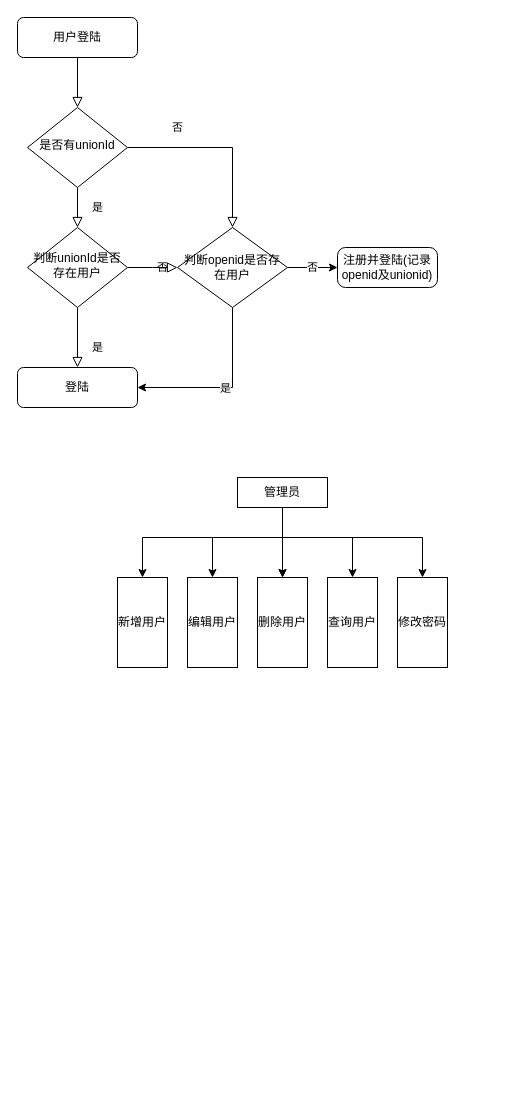
This is Untitled Diagram.drawio from yehanming/free, a draw.io file, before an edit. Source tidied: cells renumbered, new cells numbered last; positions are measured from the earlier drawing's top-left corner, leaving out a move shared by most shapes. Both pictures are drawn from the tidied source at 100%, with x=0, y=0 at pixel (17, 17).
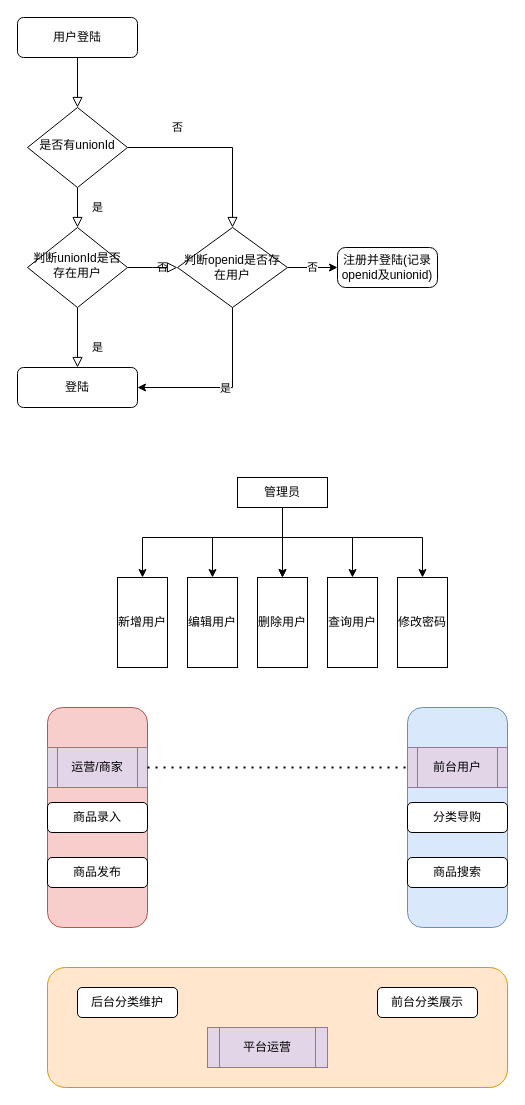
After the change.

Diff of the diagram source:
```diff
@@
+    <mxCell id="29" style="rounded=1;whiteSpace=wrap;html=1;fillColor=#ffe6cc;strokeColor=#d79b00;" parent="1" vertex="1">
+      <mxGeometry x="30" y="950" width="460" height="120" as="geometry" />
+    </mxCell>
+    <mxCell id="30" value="后台分类维护" style="rounded=1;whiteSpace=wrap;html=1;" parent="1" vertex="1">
+      <mxGeometry x="60" y="970" width="100" height="30" as="geometry" />
+    </mxCell>
+    <mxCell id="31" value="前台分类展示" style="rounded=1;whiteSpace=wrap;html=1;" parent="1" vertex="1">
+      <mxGeometry x="360" y="970" width="100" height="30" as="geometry" />
+    </mxCell>
+    <mxCell id="32" value="平台运营" style="shape=process;whiteSpace=wrap;html=1;backgroundOutline=1;fillColor=#e1d5e7;strokeColor=#9673a6;" parent="1" vertex="1">
+      <mxGeometry x="190" y="1010" width="120" height="40" as="geometry" />
+    </mxCell>
+    <mxCell id="33" style="rounded=1;whiteSpace=wrap;html=1;fillColor=#f8cecc;strokeColor=#b85450;" parent="1" vertex="1">
+      <mxGeometry x="30" y="690" width="100" height="220" as="geometry" />
+    </mxCell>
+    <mxCell id="34" value="运营/商家" style="shape=process;whiteSpace=wrap;html=1;backgroundOutline=1;fillColor=#e1d5e7;strokeColor=#9673a6;" parent="1" vertex="1">
+      <mxGeometry x="30" y="730" width="100" height="40" as="geometry" />
+    </mxCell>
+    <mxCell id="35" value="商品录入" style="rounded=1;whiteSpace=wrap;html=1;" parent="1" vertex="1">
+      <mxGeometry x="30" y="785" width="100" height="30" as="geometry" />
+    </mxCell>
+    <mxCell id="36" value="商品发布" style="rounded=1;whiteSpace=wrap;html=1;" parent="1" vertex="1">
+      <mxGeometry x="30" y="840" width="100" height="30" as="geometry" />
+    </mxCell>
+    <mxCell id="37" style="rounded=1;whiteSpace=wrap;html=1;fillColor=#dae8fc;strokeColor=#6c8ebf;" parent="1" vertex="1">
+      <mxGeometry x="390" y="690" width="100" height="220" as="geometry" />
+    </mxCell>
+    <mxCell id="38" value="前台用户" style="shape=process;whiteSpace=wrap;html=1;backgroundOutline=1;fillColor=#e1d5e7;strokeColor=#9673a6;" parent="1" vertex="1">
+      <mxGeometry x="390" y="730" width="100" height="40" as="geometry" />
+    </mxCell>
+    <mxCell id="39" value="分类导购" style="rounded=1;whiteSpace=wrap;html=1;" parent="1" vertex="1">
+      <mxGeometry x="390" y="785" width="100" height="30" as="geometry" />
+    </mxCell>
+    <mxCell id="40" value="商品搜索" style="rounded=1;whiteSpace=wrap;html=1;" parent="1" vertex="1">
+      <mxGeometry x="390" y="840" width="100" height="30" as="geometry" />
+    </mxCell>
+    <mxCell id="41" style="endArrow=none;dashed=1;html=1;dashPattern=1 3;strokeWidth=2;rounded=0;entryX=0;entryY=0.5;entryDx=0;entryDy=0;exitX=1;exitY=0.5;exitDx=0;exitDy=0;" parent="1" edge="1" source="34" target="38">
+      <mxGeometry relative="1" as="geometry" />
+    </mxCell>
```
